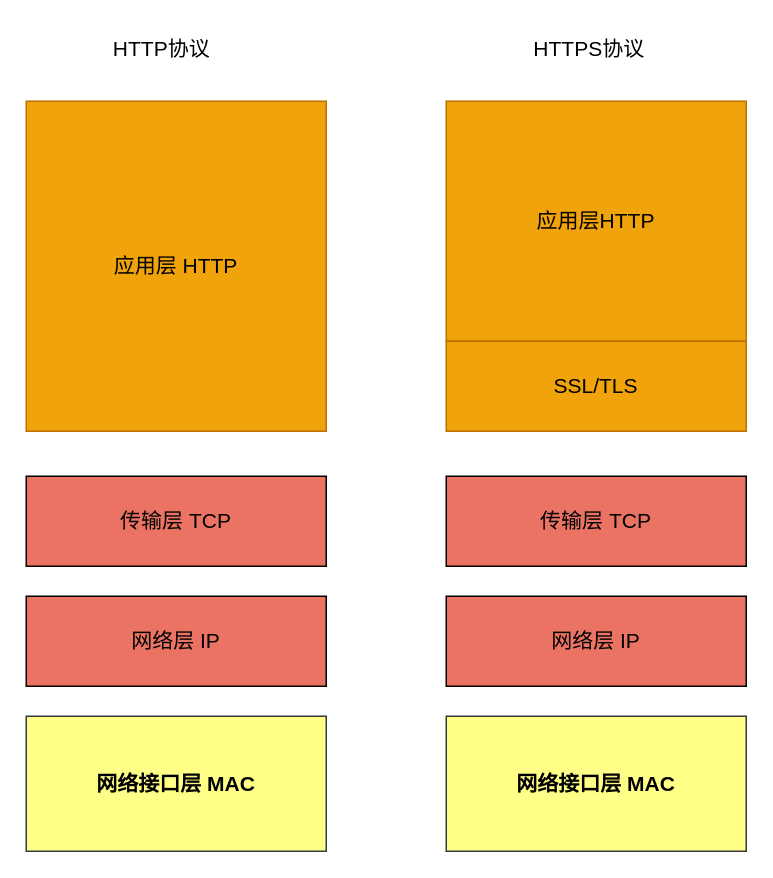
Above: HTTPS.drawio in ChengziMao/diagrams (draw.io), before the change. Source tidied: cells renumbered, new cells numbered last; positions are measured from the earlier drawing's top-left corner, leaving out a move shared by most shapes. Both pictures are drawn from the tidied source at 150%, with x=0, y=0 at pixel (26, 26).
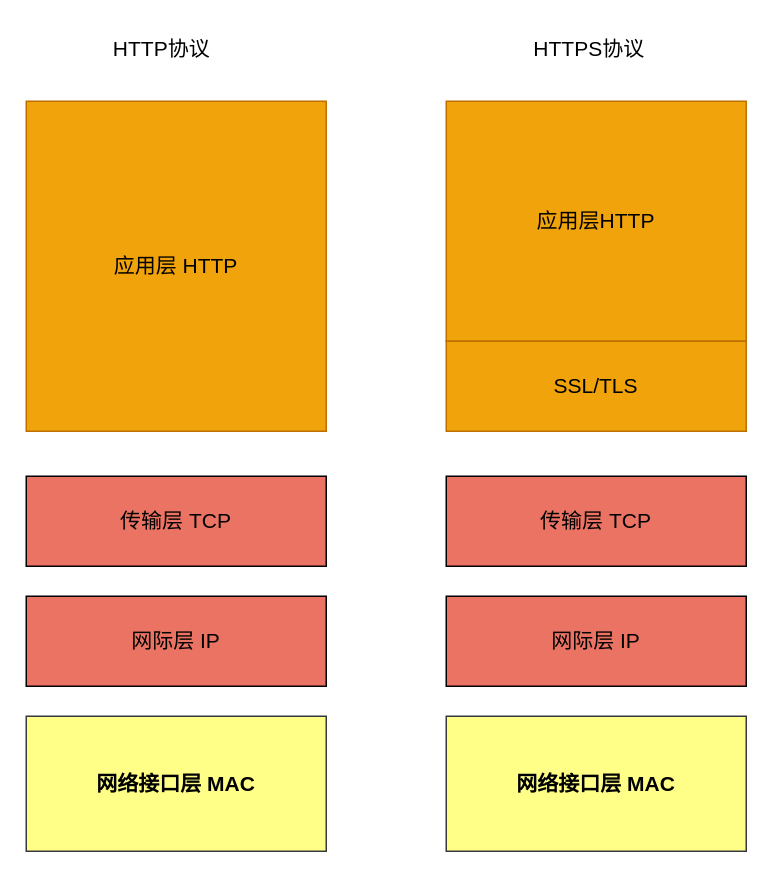
The same page after the edit.

What changed in the source:
```diff
@@
 <mxGraphModel>
   <root>
     <mxCell id="0" />
     <mxCell id="1" parent="0" />
     <mxCell id="2" value="&lt;font style=&quot;vertical-align: inherit;&quot; class=&quot;notranslate fyzs-translate-target fyzs-translate-target-wrapper&quot;&gt;&lt;font style=&quot;vertical-align: inherit;&quot; class=&quot;notranslate fyzs-translate-target fyzs-translate-target-box&quot;&gt;&lt;font style=&quot;vertical-align: inherit;&quot; title=&quot;y&quot; class=&quot;notranslate fyzs-translate-target fyzs-translate-target-text&quot;&gt;应用层 HTTP&lt;/font&gt;&lt;/font&gt;&lt;/font&gt;" style="whiteSpace=wrap;html=1;fillColor=#f0a30a;strokeColor=#BD7000;fontColor=#000000;fontSize=14;" parent="1" vertex="1">
       <mxGeometry y="50" width="200" height="220" as="geometry" />
     </mxCell>
     <mxCell id="3" value="&lt;font style=&quot;vertical-align: inherit;&quot; class=&quot;notranslate fyzs-translate-target fyzs-translate-target-wrapper&quot;&gt;&lt;font style=&quot;vertical-align: inherit;&quot; class=&quot;notranslate fyzs-translate-target fyzs-translate-target-box&quot;&gt;&lt;font style=&quot;vertical-align: inherit;&quot; title=&quot;c&quot; class=&quot;notranslate fyzs-translate-target fyzs-translate-target-text&quot;&gt;传输层 TCP&lt;/font&gt;&lt;/font&gt;&lt;/font&gt;" style="rounded=0;whiteSpace=wrap;html=1;fillColor=light-dark(#eb7363, #ededed);fontSize=14;" parent="1" vertex="1">
       <mxGeometry y="300" width="200" height="60" as="geometry" />
     </mxCell>
-    <mxCell id="4" value="&lt;font style=&quot;vertical-align: inherit;&quot; class=&quot;notranslate fyzs-translate-target fyzs-translate-target-wrapper&quot;&gt;&lt;font style=&quot;vertical-align: inherit;&quot; class=&quot;notranslate fyzs-translate-target fyzs-translate-target-box&quot;&gt;&lt;font style=&quot;vertical-align: inherit;&quot; title=&quot;w&quot; class=&quot;notranslate fyzs-translate-target fyzs-translate-target-text&quot;&gt;网络层 IP&lt;/font&gt;&lt;/font&gt;&lt;/font&gt;" style="rounded=0;whiteSpace=wrap;html=1;fillColor=light-dark(#eb7363, #ededed);fontSize=14;" parent="1" vertex="1">
+    <mxCell id="4" value="&lt;font style=&quot;vertical-align: inherit;&quot; class=&quot;notranslate fyzs-translate-target fyzs-translate-target-wrapper&quot;&gt;&lt;font style=&quot;vertical-align: inherit;&quot; class=&quot;notranslate fyzs-translate-target fyzs-translate-target-box&quot;&gt;&lt;font style=&quot;vertical-align: inherit;&quot; title=&quot;w&quot; class=&quot;notranslate fyzs-translate-target fyzs-translate-target-text&quot;&gt;网际层 IP&lt;/font&gt;&lt;/font&gt;&lt;/font&gt;" style="rounded=0;whiteSpace=wrap;html=1;fillColor=light-dark(#eb7363, #ededed);fontSize=14;" parent="1" vertex="1">
       <mxGeometry y="380" width="200" height="60" as="geometry" />
     </mxCell>
     <mxCell id="5" value="&lt;font style=&quot;vertical-align: inherit;&quot; class=&quot;notranslate fyzs-translate-target fyzs-translate-target-wrapper&quot;&gt;&lt;font style=&quot;vertical-align: inherit;&quot; class=&quot;notranslate fyzs-translate-target fyzs-translate-target-box&quot;&gt;&lt;font style=&quot;vertical-align: inherit;&quot; title=&quot;w&quot; class=&quot;notranslate fyzs-translate-target fyzs-translate-target-text&quot;&gt;网络接口层 MAC&lt;/font&gt;&lt;/font&gt;&lt;/font&gt;" style="rounded=0;whiteSpace=wrap;html=1;fontStyle=1;fillColor=#ffff88;strokeColor=#36393d;fontSize=14;" parent="1" vertex="1">
       <mxGeometry y="460" width="200" height="90" as="geometry" />
     </mxCell>
     <mxCell id="6" value="&lt;font style=&quot;vertical-align: inherit;&quot; class=&quot;notranslate fyzs-translate-target fyzs-translate-target-wrapper&quot;&gt;&lt;font style=&quot;vertical-align: inherit;&quot; class=&quot;notranslate fyzs-translate-target fyzs-translate-target-box&quot;&gt;&lt;font style=&quot;vertical-align: inherit;&quot; title=&quot;Text&quot; class=&quot;notranslate fyzs-translate-target fyzs-translate-target-text&quot;&gt;HTTP协议&lt;/font&gt;&lt;/font&gt;&lt;/font&gt;" style="text;html=1;align=center;verticalAlign=middle;strokeColor=none;fillColor=none;fontSize=14;" parent="1" vertex="1">
       <mxGeometry x="45" width="90" height="30" as="geometry" />
     </mxCell>
     <mxCell id="7" value="&lt;font style=&quot;vertical-align: inherit;&quot; class=&quot;notranslate fyzs-translate-target fyzs-translate-target-wrapper&quot;&gt;&lt;font style=&quot;vertical-align: inherit;&quot; class=&quot;notranslate fyzs-translate-target fyzs-translate-target-box&quot;&gt;&lt;font style=&quot;vertical-align: inherit;&quot; title=&quot;y&quot; class=&quot;notranslate fyzs-translate-target fyzs-translate-target-text&quot;&gt;应用层HTTP&lt;/font&gt;&lt;/font&gt;&lt;/font&gt;" style="whiteSpace=wrap;html=1;fillColor=#f0a30a;strokeColor=#BD7000;fontColor=#000000;fontSize=14;" parent="1" vertex="1">
       <mxGeometry x="280" y="50" width="200" height="160" as="geometry" />
     </mxCell>
     <mxCell id="8" value="&lt;font style=&quot;vertical-align: inherit;&quot; class=&quot;notranslate fyzs-translate-target fyzs-translate-target-wrapper&quot;&gt;&lt;font style=&quot;vertical-align: inherit;&quot; class=&quot;notranslate fyzs-translate-target fyzs-translate-target-box&quot;&gt;&lt;font style=&quot;vertical-align: inherit;&quot; title=&quot;S&quot; class=&quot;notranslate fyzs-translate-target fyzs-translate-target-text&quot;&gt;SSL/TLS&lt;/font&gt;&lt;/font&gt;&lt;/font&gt;" style="rounded=0;whiteSpace=wrap;html=1;fillColor=#f0a30a;strokeColor=#BD7000;fontColor=#000000;fontSize=14;" parent="1" vertex="1">
       <mxGeometry x="280" y="210" width="200" height="60" as="geometry" />
     </mxCell>
     <mxCell id="9" value="&lt;font style=&quot;vertical-align: inherit;&quot; class=&quot;notranslate fyzs-translate-target fyzs-translate-target-wrapper&quot;&gt;&lt;font style=&quot;vertical-align: inherit;&quot; class=&quot;notranslate fyzs-translate-target fyzs-translate-target-box&quot;&gt;&lt;font style=&quot;vertical-align: inherit;&quot; title=&quot;Text&quot; class=&quot;notranslate fyzs-translate-target fyzs-translate-target-text&quot;&gt;HTTPS协议&lt;/font&gt;&lt;/font&gt;&lt;/font&gt;" style="text;html=1;align=center;verticalAlign=middle;strokeColor=none;fillColor=none;fontSize=14;" parent="1" vertex="1">
       <mxGeometry x="325" width="100" height="30" as="geometry" />
     </mxCell>
     <mxCell id="10" value="&lt;font style=&quot;vertical-align: inherit;&quot; class=&quot;notranslate fyzs-translate-target fyzs-translate-target-wrapper&quot;&gt;&lt;font style=&quot;vertical-align: inherit;&quot; class=&quot;notranslate fyzs-translate-target fyzs-translate-target-box&quot;&gt;&lt;font style=&quot;vertical-align: inherit;&quot; title=&quot;c&quot; class=&quot;notranslate fyzs-translate-target fyzs-translate-target-text&quot;&gt;传输层 TCP&lt;/font&gt;&lt;/font&gt;&lt;/font&gt;" style="rounded=0;whiteSpace=wrap;html=1;fillColor=light-dark(#eb7363, #ededed);fontSize=14;" parent="1" vertex="1">
       <mxGeometry x="280" y="300" width="200" height="60" as="geometry" />
     </mxCell>
-    <mxCell id="11" value="&lt;font style=&quot;vertical-align: inherit;&quot; class=&quot;notranslate fyzs-translate-target fyzs-translate-target-wrapper&quot;&gt;&lt;font style=&quot;vertical-align: inherit;&quot; class=&quot;notranslate fyzs-translate-target fyzs-translate-target-box&quot;&gt;&lt;font style=&quot;vertical-align: inherit;&quot; title=&quot;w&quot; class=&quot;notranslate fyzs-translate-target fyzs-translate-target-text&quot;&gt;网络层 IP&lt;/font&gt;&lt;/font&gt;&lt;/font&gt;" style="rounded=0;whiteSpace=wrap;html=1;fillColor=light-dark(#eb7363, #ededed);fontSize=14;" parent="1" vertex="1">
+    <mxCell id="11" value="&lt;font style=&quot;vertical-align: inherit;&quot; class=&quot;notranslate fyzs-translate-target fyzs-translate-target-wrapper&quot;&gt;&lt;font style=&quot;vertical-align: inherit;&quot; class=&quot;notranslate fyzs-translate-target fyzs-translate-target-box&quot;&gt;&lt;font style=&quot;vertical-align: inherit;&quot; title=&quot;w&quot; class=&quot;notranslate fyzs-translate-target fyzs-translate-target-text&quot;&gt;网际层 IP&lt;/font&gt;&lt;/font&gt;&lt;/font&gt;" style="rounded=0;whiteSpace=wrap;html=1;fillColor=light-dark(#eb7363, #ededed);fontSize=14;" parent="1" vertex="1">
       <mxGeometry x="280" y="380" width="200" height="60" as="geometry" />
     </mxCell>
     <mxCell id="12" value="&lt;font style=&quot;vertical-align: inherit;&quot; class=&quot;notranslate fyzs-translate-target fyzs-translate-target-wrapper&quot;&gt;&lt;font style=&quot;vertical-align: inherit;&quot; class=&quot;notranslate fyzs-translate-target fyzs-translate-target-box&quot;&gt;&lt;font style=&quot;vertical-align: inherit;&quot; title=&quot;w&quot; class=&quot;notranslate fyzs-translate-target fyzs-translate-target-text&quot;&gt;网络接口层 MAC&lt;/font&gt;&lt;/font&gt;&lt;/font&gt;" style="rounded=0;whiteSpace=wrap;html=1;fontStyle=1;fillColor=#ffff88;strokeColor=#36393d;fontSize=14;" parent="1" vertex="1">
       <mxGeometry x="280" y="460" width="200" height="90" as="geometry" />
     </mxCell>
   </root>
 </mxGraphModel>
```
